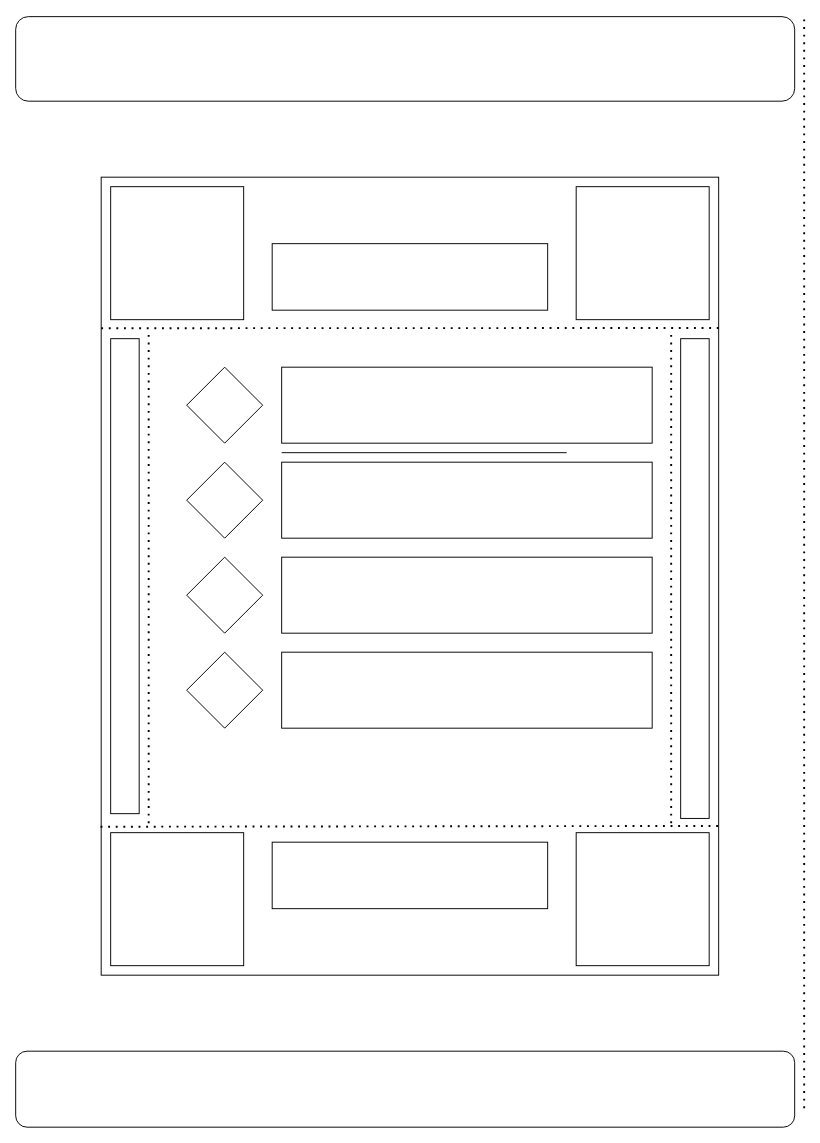
Earlier version of the draw.io diagram DesignFiles/Dessert-Menu.drawio (j3ager-1lyas/M104_Restaurant). Source tidied: cells renumbered, new cells numbered last; positions are measured from the earlier drawing's top-left corner, leaving out a move shared by most shapes. Both pictures are drawn from the tidied source at 95%, with x=0, y=0 at pixel (15, 15).
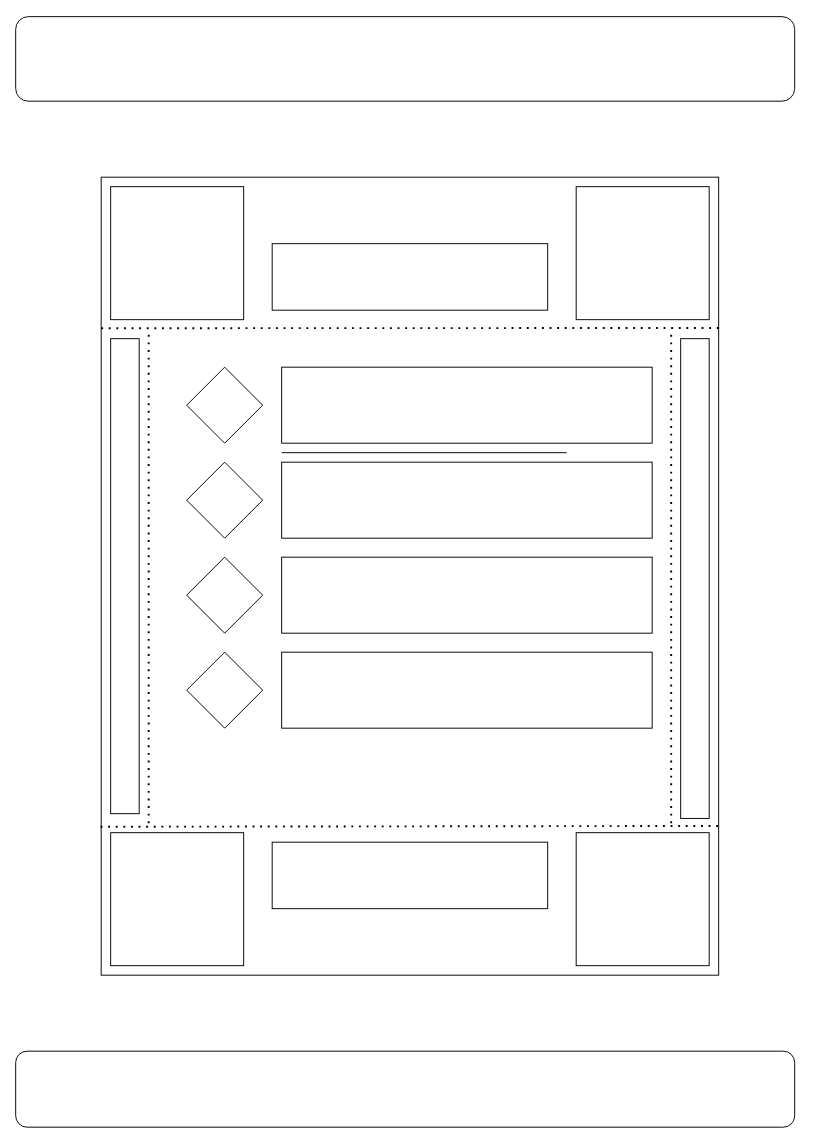
Above is the later version.

The edit, as a diff of the source:
```diff
@@
-    <mxCell id="26" style="endArrow=none;dashed=1;html=1;dashPattern=1 3;strokeWidth=2;rounded=0;" parent="1" edge="1">
-      <mxGeometry relative="1" as="geometry">
-        <mxPoint x="830" y="1150" as="sourcePoint" />
-        <mxPoint x="830" as="targetPoint" />
-      </mxGeometry>
-    </mxCell>
```
